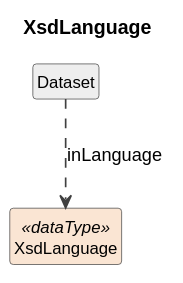
The PlantUML diagram cdif-uml-model/_plantuml/cdifDataStructure/DataTypes/XsdLanguage.svg in Cross-Domain-Interoperability-Framework/metadataBuildingBlocks, before a commit. The source it was exported from:
```plantuml
@startuml
title XsdLanguage
hide circle
hide empty members
skinparam shadowing false
skinparam ArrowThickness 1.2
skinparam class {
  ArrowColor #404040
  BorderColor #404040
  FontSize 12
}

class "XsdLanguage" as XsdLanguage <<dataType>> #FAE5D3
class "Dataset" as Dataset #EEEEEE
Dataset ..> XsdLanguage : inLanguage
@enduml
```
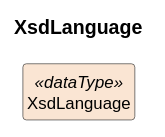
After the commit.

Change to the diagram source:
```diff
@@ -11,6 +11,4 @@
 }
 
 class "XsdLanguage" as XsdLanguage <<dataType>> #FAE5D3
-class "Dataset" as Dataset #EEEEEE
-Dataset ..> XsdLanguage : inLanguage
 @enduml
```
